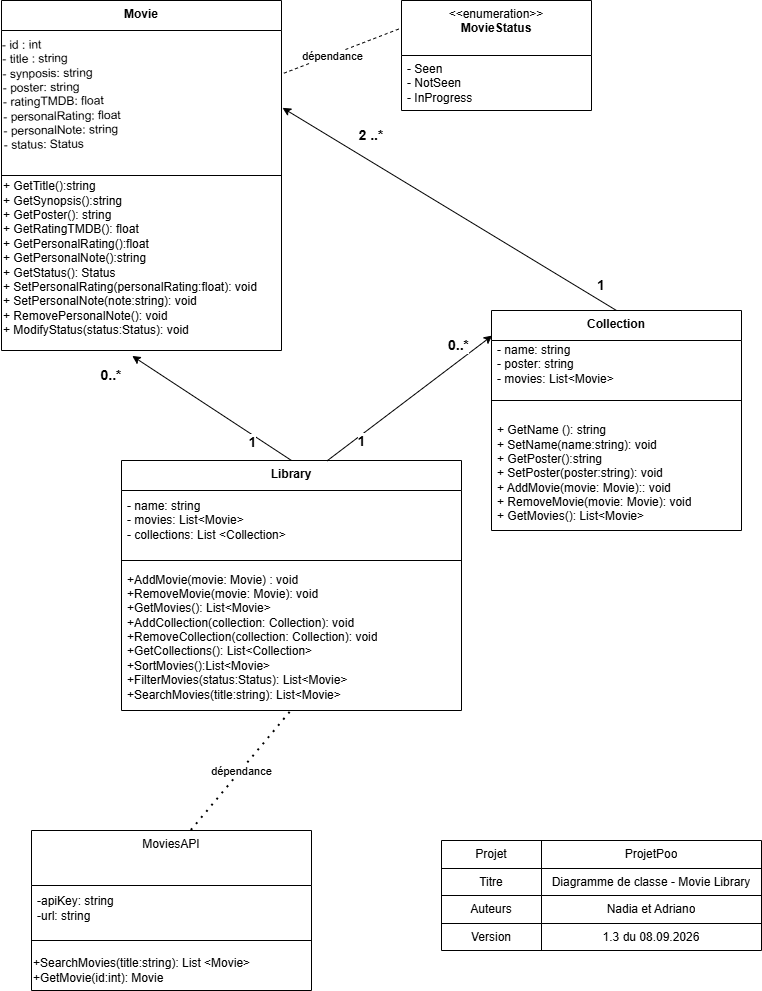
Earlier version of the draw.io export docs/Diagramme de classes - Movie Library.png (Malanoc/ProjetPOO---Adriano-Nadia-et-Marc). Source tidied: cells renumbered, new cells last; positions are measured from the earlier drawing's top-left corner, leaving out a move shared by most shapes. The source it was exported from:
```xml
<mxGraphModel>
  <root>
    <mxCell id="0" />
    <mxCell id="1" parent="0" />
    <mxCell id="2" value="&lt;b&gt;Collection&lt;/b&gt;" style="swimlane;fontStyle=0;align=center;verticalAlign=top;horizontal=1;startSize=30;html=1;whiteSpace=wrap;" parent="1" vertex="1">
      <mxGeometry x="490" y="310" width="250" height="220" as="geometry" />
    </mxCell>
    <mxCell id="3" value="- name: string&lt;div&gt;- poster: string&lt;br&gt;&lt;div&gt;- movies: List&amp;lt;Movie&amp;gt;&lt;/div&gt;&lt;/div&gt;" style="text;html=1;strokeColor=none;fillColor=none;align=left;verticalAlign=middle;spacingLeft=4;spacingRight=4;overflow=hidden;whiteSpace=wrap;" parent="2" vertex="1">
      <mxGeometry y="30" width="250" height="45" as="geometry" />
    </mxCell>
    <mxCell id="4" style="line;strokeWidth=1;fillColor=none;align=left;verticalAlign=middle;spacingTop=-1;spacingLeft=3;spacingRight=3;labelPosition=right;" parent="2" vertex="1">
      <mxGeometry y="75" width="250" height="30" as="geometry" />
    </mxCell>
    <mxCell id="5" value="&lt;div&gt;&lt;div&gt;&lt;span style=&quot;background-color: transparent; color: light-dark(rgb(0, 0, 0), rgb(255, 255, 255));&quot;&gt;+ GetName (): string&lt;/span&gt;&lt;/div&gt;&lt;div&gt;+ SetName(name:string): void&lt;/div&gt;&lt;div&gt;+ GetPoster():string&lt;/div&gt;&lt;/div&gt;&lt;div&gt;+ SetPoster(poster:string): void&lt;/div&gt;+ AddMovie(movie: Movie):: void&lt;div&gt;+ RemoveMovie(&lt;span style=&quot;background-color: transparent; color: light-dark(rgb(0, 0, 0), rgb(255, 255, 255));&quot;&gt;movie: Movie&lt;/span&gt;&lt;span style=&quot;background-color: transparent; color: light-dark(rgb(0, 0, 0), rgb(255, 255, 255));&quot;&gt;)&lt;/span&gt;&lt;span style=&quot;background-color: transparent; color: light-dark(rgb(0, 0, 0), rgb(255, 255, 255));&quot;&gt;: void&lt;/span&gt;&lt;/div&gt;&lt;div&gt;&lt;span style=&quot;background-color: transparent; color: light-dark(rgb(0, 0, 0), rgb(255, 255, 255));&quot;&gt;+ GetMovies(): List&amp;lt;Movie&amp;gt;&lt;/span&gt;&lt;/div&gt;" style="text;html=1;strokeColor=none;fillColor=none;align=left;verticalAlign=middle;spacingLeft=4;spacingRight=4;overflow=hidden;whiteSpace=wrap;" parent="2" vertex="1">
      <mxGeometry y="105" width="250" height="115" as="geometry" />
    </mxCell>
    <mxCell id="6" value="&lt;b&gt;Movie&lt;/b&gt;" style="swimlane;fontStyle=0;align=center;verticalAlign=top;horizontal=1;startSize=30;html=1;whiteSpace=wrap;" parent="1" vertex="1">
      <mxGeometry width="280" height="350" as="geometry" />
    </mxCell>
    <mxCell id="7" value="&lt;div style=&quot;&quot;&gt;&lt;span style=&quot;background-color: transparent; color: light-dark(rgb(0, 0, 0), rgb(255, 255, 255));&quot;&gt;- id : int&lt;/span&gt;&lt;/div&gt;&lt;div style=&quot;&quot;&gt;- title : string&lt;/div&gt;&lt;div style=&quot;&quot;&gt;- synposis: string&lt;/div&gt;&lt;div style=&quot;&quot;&gt;- poster: string&lt;/div&gt;&lt;div style=&quot;&quot;&gt;- ratingTMDB: float&lt;/div&gt;&lt;div style=&quot;&quot;&gt;- personalRating: float&lt;/div&gt;&lt;div style=&quot;&quot;&gt;- personalNote: string&lt;/div&gt;&lt;div style=&quot;&quot;&gt;- status: Status&lt;/div&gt;&lt;div style=&quot;&quot;&gt;&lt;br&gt;&lt;/div&gt;" style="text;html=1;whiteSpace=wrap;strokeColor=none;fillColor=none;align=left;verticalAlign=middle;rounded=0;rotation=-1;" parent="6" vertex="1">
      <mxGeometry y="30" width="280" height="140" as="geometry" />
    </mxCell>
    <mxCell id="8" style="line;strokeWidth=1;fillColor=none;align=left;verticalAlign=middle;spacingTop=-1;spacingLeft=3;spacingRight=3;labelPosition=right;" parent="6" vertex="1">
      <mxGeometry y="170" width="280" height="10" as="geometry" />
    </mxCell>
    <mxCell id="9" value="&lt;div&gt;&lt;span style=&quot;background-color: transparent; color: light-dark(rgb(0, 0, 0), rgb(255, 255, 255));&quot;&gt;+ GetTitle():string&lt;/span&gt;&lt;/div&gt;&lt;div&gt;+ GetSynopsis():string&lt;/div&gt;&lt;div&gt;+ GetPoster(): string&lt;/div&gt;&lt;div&gt;+ GetRatingTMDB(): float&lt;/div&gt;&lt;div&gt;+ GetPersonalRating():float&lt;/div&gt;&lt;div&gt;+ GetPersonalNote():string&lt;/div&gt;&lt;div&gt;+ GetStatus(): Status&lt;/div&gt;&lt;div&gt;+ SetPersonalRating(personalRating:float): void&lt;/div&gt;&lt;div&gt;+ SetPersonalNote(note:string): void&lt;/div&gt;&lt;div&gt;+ RemovePersonalNote(): void&lt;/div&gt;&lt;div&gt;+ ModifyStatus(status:Status): void&lt;div&gt;&lt;br&gt;&lt;/div&gt;&lt;/div&gt;" style="text;html=1;whiteSpace=wrap;strokeColor=none;fillColor=none;align=left;verticalAlign=middle;rounded=0;" parent="6" vertex="1">
      <mxGeometry y="180" width="280" height="170" as="geometry" />
    </mxCell>
    <mxCell id="10" value="&lt;b&gt;Library&lt;/b&gt;" style="swimlane;fontStyle=0;align=center;verticalAlign=top;horizontal=1;startSize=30;html=1;whiteSpace=wrap;" parent="1" vertex="1">
      <mxGeometry x="120" y="460" width="340" height="250" as="geometry" />
    </mxCell>
    <mxCell id="11" value="- name: string&lt;div&gt;- movies: List&amp;lt;Movie&amp;gt;&lt;/div&gt;&lt;div&gt;- collections: List &amp;lt;Collection&amp;gt;&lt;/div&gt;" style="text;html=1;strokeColor=none;fillColor=none;align=left;verticalAlign=middle;spacingLeft=4;spacingRight=4;overflow=hidden;whiteSpace=wrap;" parent="10" vertex="1">
      <mxGeometry y="30" width="340" height="60" as="geometry" />
    </mxCell>
    <mxCell id="12" style="line;strokeWidth=1;fillColor=none;align=left;verticalAlign=middle;spacingTop=-1;spacingLeft=3;spacingRight=3;labelPosition=right;" parent="10" vertex="1">
      <mxGeometry y="90" width="340" height="20" as="geometry" />
    </mxCell>
    <mxCell id="13" value="+AddMovie(movie: Movie) : void&lt;div&gt;+RemoveMovie(&lt;span style=&quot;background-color: transparent; color: light-dark(rgb(0, 0, 0), rgb(255, 255, 255));&quot;&gt;movie: Movie&lt;/span&gt;&lt;span style=&quot;background-color: transparent; color: light-dark(rgb(0, 0, 0), rgb(255, 255, 255));&quot;&gt;)&lt;/span&gt;&lt;span style=&quot;background-color: transparent; color: light-dark(rgb(0, 0, 0), rgb(255, 255, 255));&quot;&gt;: void&lt;/span&gt;&lt;/div&gt;&lt;div&gt;+GetMovies(): List&amp;lt;Movie&amp;gt;&lt;span style=&quot;background-color: transparent; color: light-dark(rgb(0, 0, 0), rgb(255, 255, 255));&quot;&gt;&lt;/span&gt;&lt;/div&gt;&lt;div&gt;+AddCollection(collection: Collection): void&lt;/div&gt;&lt;div&gt;&lt;div&gt;+RemoveCollection(collection: Collection): void&lt;/div&gt;&lt;div&gt;+GetCollections(): List&amp;lt;Collection&amp;gt;&lt;/div&gt;&lt;/div&gt;&lt;div&gt;+SortMovies():&lt;span style=&quot;color: light-dark(rgb(0, 0, 0), rgb(255, 255, 255)); background-color: transparent;&quot;&gt;List&amp;lt;Movie&amp;gt;&lt;/span&gt;&lt;/div&gt;&lt;div&gt;&lt;div&gt;+FilterMovies(status:Status): List&amp;lt;Movie&amp;gt;&lt;/div&gt;&lt;div&gt;+SearchMovies(title:string): List&amp;lt;Movie&amp;gt;&lt;/div&gt;&lt;div&gt;&lt;br&gt;&lt;/div&gt;&lt;div&gt;&lt;br&gt;&lt;/div&gt;&lt;/div&gt;&lt;div&gt;&lt;br&gt;&lt;/div&gt;" style="text;html=1;strokeColor=none;fillColor=none;align=left;verticalAlign=middle;spacingLeft=4;spacingRight=4;overflow=hidden;points=[[0,0.5],[1,0.5]];portConstraint=eastwest;whiteSpace=wrap;" parent="10" vertex="1">
      <mxGeometry y="110" width="340" height="140" as="geometry" />
    </mxCell>
    <mxCell id="14" value="&amp;lt;&amp;lt;enumeration&amp;gt;&amp;gt;&lt;br&gt;&lt;b&gt;MovieStatus&lt;/b&gt;" style="swimlane;fontStyle=0;align=center;verticalAlign=top;horizontal=1;startSize=55;html=1;whiteSpace=wrap;" parent="1" vertex="1">
      <mxGeometry x="400" width="190" height="110" as="geometry" />
    </mxCell>
    <mxCell id="15" value="- Seen&lt;div&gt;- NotSeen&lt;/div&gt;&lt;div&gt;- InProgress&lt;/div&gt;" style="text;html=1;strokeColor=none;fillColor=none;align=left;verticalAlign=middle;spacingLeft=4;spacingRight=4;overflow=hidden;whiteSpace=wrap;" parent="14" vertex="1">
      <mxGeometry y="55" width="190" height="55" as="geometry" />
    </mxCell>
    <mxCell id="16" style="shape=table;html=1;whiteSpace=wrap;startSize=0;" parent="1" vertex="1">
      <mxGeometry x="440" y="840" width="320" height="110" as="geometry" />
    </mxCell>
    <mxCell id="17" style="shape=partialRectangle;html=1;whiteSpace=wrap;fillColor=none;top=0;left=0;bottom=0;right=0;" parent="16" vertex="1">
      <mxGeometry width="320" height="28" as="geometry" />
    </mxCell>
    <mxCell id="18" value="Projet" style="shape=partialRectangle;html=1;whiteSpace=wrap;overflow=hidden;fillColor=none;top=0;left=0;bottom=0;right=0;" parent="17" vertex="1">
      <mxGeometry width="100" height="28" as="geometry" />
    </mxCell>
    <mxCell id="19" value="ProjetPoo" style="shape=partialRectangle;html=1;whiteSpace=wrap;overflow=hidden;fillColor=none;top=0;left=0;bottom=0;right=0;" parent="17" vertex="1">
      <mxGeometry x="100" width="220" height="28" as="geometry" />
    </mxCell>
    <mxCell id="20" style="shape=partialRectangle;html=1;whiteSpace=wrap;fillColor=none;top=0;left=0;bottom=0;right=0;" parent="16" vertex="1">
      <mxGeometry y="28" width="320" height="27" as="geometry" />
    </mxCell>
    <mxCell id="21" value="Titre" style="shape=partialRectangle;html=1;whiteSpace=wrap;overflow=hidden;fillColor=none;top=0;left=0;bottom=0;right=0;" parent="20" vertex="1">
      <mxGeometry width="100" height="27" as="geometry" />
    </mxCell>
    <mxCell id="22" value="Diagramme de classe - Movie Library" style="shape=partialRectangle;html=1;whiteSpace=wrap;overflow=hidden;fillColor=none;top=0;left=0;bottom=0;right=0;" parent="20" vertex="1">
      <mxGeometry x="100" width="220" height="27" as="geometry" />
    </mxCell>
    <mxCell id="23" style="shape=partialRectangle;html=1;whiteSpace=wrap;fillColor=none;top=0;left=0;bottom=0;right=0;" parent="16" vertex="1">
      <mxGeometry y="55" width="320" height="28" as="geometry" />
    </mxCell>
    <mxCell id="24" value="Auteurs" style="shape=partialRectangle;html=1;whiteSpace=wrap;overflow=hidden;fillColor=none;top=0;left=0;bottom=0;right=0;" parent="23" vertex="1">
      <mxGeometry width="100" height="28" as="geometry" />
    </mxCell>
    <mxCell id="25" value="Nadia et Adriano" style="shape=partialRectangle;html=1;whiteSpace=wrap;overflow=hidden;fillColor=none;top=0;left=0;bottom=0;right=0;" parent="23" vertex="1">
      <mxGeometry x="100" width="220" height="28" as="geometry" />
    </mxCell>
    <mxCell id="26" style="shape=partialRectangle;html=1;whiteSpace=wrap;fillColor=none;top=0;left=0;bottom=0;right=0;" parent="16" vertex="1">
      <mxGeometry y="83" width="320" height="27" as="geometry" />
    </mxCell>
    <mxCell id="27" value="Version" style="shape=partialRectangle;html=1;whiteSpace=wrap;overflow=hidden;fillColor=none;top=0;left=0;bottom=0;right=0;" parent="26" vertex="1">
      <mxGeometry width="100" height="27" as="geometry" />
    </mxCell>
    <mxCell id="28" value="1.3 du 08.09.2026" style="shape=partialRectangle;html=1;whiteSpace=wrap;overflow=hidden;fillColor=none;top=0;left=0;bottom=0;right=0;" parent="26" vertex="1">
      <mxGeometry x="100" width="220" height="27" as="geometry" />
    </mxCell>
    <mxCell id="29" value="MoviesAPI" style="swimlane;fontStyle=0;align=center;verticalAlign=top;horizontal=1;startSize=55;html=1;whiteSpace=wrap;" parent="1" vertex="1">
      <mxGeometry x="30" y="830" width="280" height="160" as="geometry" />
    </mxCell>
    <mxCell id="30" value="-apiKey: string&lt;div&gt;-url: string&lt;/div&gt;" style="text;html=1;strokeColor=none;fillColor=none;align=left;verticalAlign=middle;spacingLeft=4;spacingRight=4;overflow=hidden;whiteSpace=wrap;" parent="29" vertex="1">
      <mxGeometry y="55" width="280" height="45" as="geometry" />
    </mxCell>
    <mxCell id="31" style="line;strokeWidth=1;fillColor=none;align=left;verticalAlign=middle;spacingTop=-1;spacingLeft=3;spacingRight=3;labelPosition=right;" parent="29" vertex="1">
      <mxGeometry y="100" width="280" height="20" as="geometry" />
    </mxCell>
    <mxCell id="32" value="+SearchMovies(title:string): List &amp;lt;Movie&amp;gt;&lt;div&gt;+GetMovie(id:int): Movie&lt;/div&gt;" style="text;html=1;whiteSpace=wrap;strokeColor=none;fillColor=none;align=left;verticalAlign=middle;rounded=0;" parent="29" vertex="1">
      <mxGeometry y="120" width="280" height="40" as="geometry" />
    </mxCell>
    <mxCell id="33" value="&lt;b&gt;&lt;font style=&quot;font-size: 14px;&quot;&gt;2 ..*&lt;/font&gt;&lt;/b&gt;" style="text;html=1;whiteSpace=wrap;strokeColor=none;fillColor=none;align=center;verticalAlign=middle;rounded=0;" parent="1" vertex="1">
      <mxGeometry x="340" y="120" width="60" height="30" as="geometry" />
    </mxCell>
    <mxCell id="34" style="endArrow=classic;html=1;rounded=0;exitX=0.5;exitY=0;exitDx=0;exitDy=0;entryX=0.467;entryY=1.032;entryDx=0;entryDy=0;entryPerimeter=0;" parent="1" edge="1" source="10" target="9">
      <mxGeometry relative="1" as="geometry" />
    </mxCell>
    <mxCell id="35" value="&lt;b&gt;&lt;font style=&quot;font-size: 14px;&quot;&gt;1&lt;/font&gt;&lt;/b&gt;" style="edgeLabel;html=1;align=center;verticalAlign=middle;" parent="34" vertex="1">
      <mxGeometry x="-0.21" y="-1" relative="1" as="geometry">
        <mxPoint x="23" y="24" as="offset" />
      </mxGeometry>
    </mxCell>
    <mxCell id="36" value="&lt;b&gt;&lt;font style=&quot;font-size: 14px;&quot;&gt;0..*&lt;/font&gt;&lt;/b&gt;" style="text;html=1;whiteSpace=wrap;strokeColor=none;fillColor=none;align=center;verticalAlign=middle;rounded=0;" parent="1" vertex="1">
      <mxGeometry x="80" y="360" width="60" height="30" as="geometry" />
    </mxCell>
    <mxCell id="37" style="endArrow=none;dashed=1;html=1;dashPattern=1 3;strokeWidth=2;rounded=0;exitX=0.571;exitY=0;exitDx=0;exitDy=0;exitPerimeter=0;entryX=0.504;entryY=0.99;entryDx=0;entryDy=0;entryPerimeter=0;" parent="1" edge="1" source="29" target="13">
      <mxGeometry relative="1" as="geometry" />
    </mxCell>
    <mxCell id="38" value="dépendance" style="edgeLabel;html=1;align=center;verticalAlign=middle;" parent="37" vertex="1">
      <mxGeometry x="-0.01" relative="1" as="geometry" />
    </mxCell>
    <mxCell id="39" style="endArrow=classic;html=1;rounded=0;entryX=1.003;entryY=0.57;entryDx=0;entryDy=0;entryPerimeter=0;exitX=0.5;exitY=0;exitDx=0;exitDy=0;" parent="1" edge="1" source="2" target="7">
      <mxGeometry relative="1" as="geometry" />
    </mxCell>
    <mxCell id="40" value="&lt;b&gt;&lt;font style=&quot;font-size: 14px;&quot;&gt;1&lt;/font&gt;&lt;/b&gt;" style="text;html=1;whiteSpace=wrap;strokeColor=none;fillColor=none;align=center;verticalAlign=middle;rounded=0;" parent="1" vertex="1">
      <mxGeometry x="570" y="270" width="60" height="30" as="geometry" />
    </mxCell>
    <mxCell id="41" style="endArrow=classic;html=1;rounded=0;exitX=0.604;exitY=0.002;exitDx=0;exitDy=0;exitPerimeter=0;entryX=0.003;entryY=0.114;entryDx=0;entryDy=0;entryPerimeter=0;" parent="1" edge="1" source="10" target="2">
      <mxGeometry relative="1" as="geometry" />
    </mxCell>
    <mxCell id="42" value="&lt;b&gt;&lt;font style=&quot;font-size: 14px;&quot;&gt;1&lt;/font&gt;&lt;/b&gt;" style="edgeLabel;html=1;align=center;verticalAlign=middle;" parent="1" vertex="1">
      <mxGeometry x="360" y="430" as="geometry">
        <mxPoint x="-1" y="10" as="offset" />
      </mxGeometry>
    </mxCell>
    <mxCell id="43" value="&lt;b&gt;&lt;font style=&quot;font-size: 14px;&quot;&gt;0..*&lt;/font&gt;&lt;/b&gt;" style="edgeLabel;html=1;align=center;verticalAlign=middle;" parent="1" vertex="1">
      <mxGeometry x="460" y="340" as="geometry">
        <mxPoint x="-4" y="4" as="offset" />
      </mxGeometry>
    </mxCell>
    <mxCell id="44" style="endArrow=none;dashed=1;html=1;rounded=0;exitX=1.01;exitY=0.323;exitDx=0;exitDy=0;exitPerimeter=0;entryX=0;entryY=0.25;entryDx=0;entryDy=0;" parent="1" edge="1" source="7" target="14">
      <mxGeometry relative="1" as="geometry" />
    </mxCell>
    <mxCell id="45" value="dépendance" style="edgeLabel;html=1;align=center;verticalAlign=middle;" parent="1" vertex="1">
      <mxGeometry x="330" y="55" as="geometry" />
    </mxCell>
  </root>
</mxGraphModel>
```
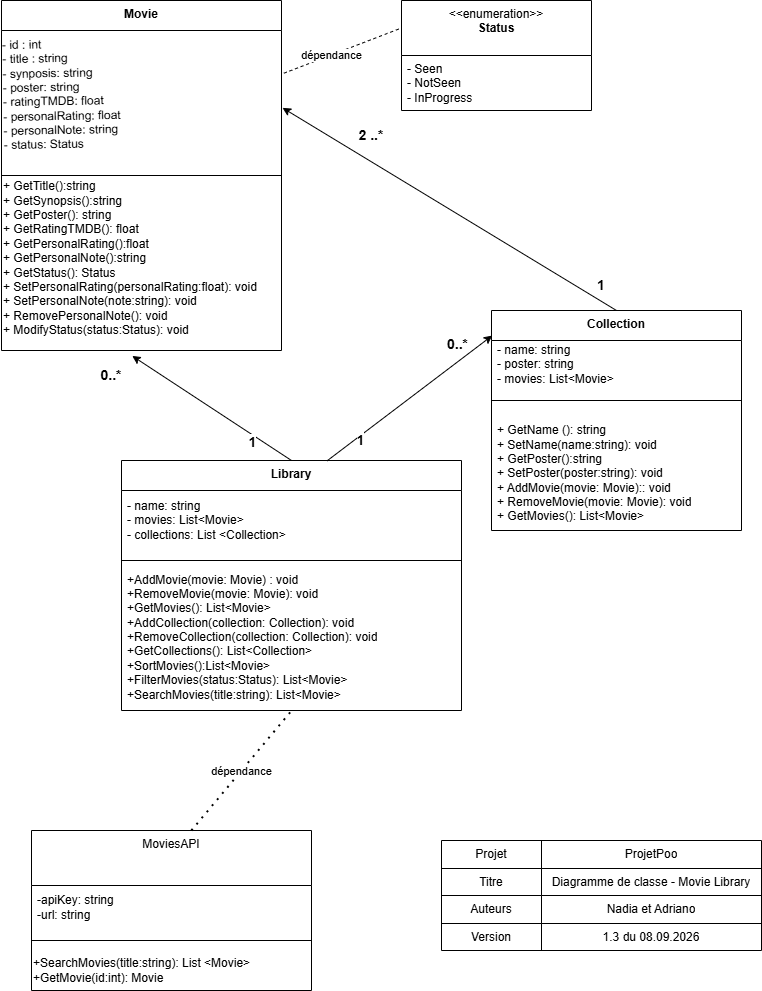
Above is the later version.

Commit message:
Diagramme de classes

Change to the diagram source:
```diff
@@ -38,7 +38,7 @@
     <mxCell id="13" value="+AddMovie(movie: Movie) : void&lt;div&gt;+RemoveMovie(&lt;span style=&quot;background-color: transparent; color: light-dark(rgb(0, 0, 0), rgb(255, 255, 255));&quot;&gt;movie: Movie&lt;/span&gt;&lt;span style=&quot;background-color: transparent; color: light-dark(rgb(0, 0, 0), rgb(255, 255, 255));&quot;&gt;)&lt;/span&gt;&lt;span style=&quot;background-color: transparent; color: light-dark(rgb(0, 0, 0), rgb(255, 255, 255));&quot;&gt;: void&lt;/span&gt;&lt;/div&gt;&lt;div&gt;+GetMovies(): List&amp;lt;Movie&amp;gt;&lt;span style=&quot;background-color: transparent; color: light-dark(rgb(0, 0, 0), rgb(255, 255, 255));&quot;&gt;&lt;/span&gt;&lt;/div&gt;&lt;div&gt;+AddCollection(collection: Collection): void&lt;/div&gt;&lt;div&gt;&lt;div&gt;+RemoveCollection(collection: Collection): void&lt;/div&gt;&lt;div&gt;+GetCollections(): List&amp;lt;Collection&amp;gt;&lt;/div&gt;&lt;/div&gt;&lt;div&gt;+SortMovies():&lt;span style=&quot;color: light-dark(rgb(0, 0, 0), rgb(255, 255, 255)); background-color: transparent;&quot;&gt;List&amp;lt;Movie&amp;gt;&lt;/span&gt;&lt;/div&gt;&lt;div&gt;&lt;div&gt;+FilterMovies(status:Status): List&amp;lt;Movie&amp;gt;&lt;/div&gt;&lt;div&gt;+SearchMovies(title:string): List&amp;lt;Movie&amp;gt;&lt;/div&gt;&lt;div&gt;&lt;br&gt;&lt;/div&gt;&lt;div&gt;&lt;br&gt;&lt;/div&gt;&lt;/div&gt;&lt;div&gt;&lt;br&gt;&lt;/div&gt;" style="text;html=1;strokeColor=none;fillColor=none;align=left;verticalAlign=middle;spacingLeft=4;spacingRight=4;overflow=hidden;points=[[0,0.5],[1,0.5]];portConstraint=eastwest;whiteSpace=wrap;" parent="10" vertex="1">
       <mxGeometry y="110" width="340" height="140" as="geometry" />
     </mxCell>
-    <mxCell id="14" value="&amp;lt;&amp;lt;enumeration&amp;gt;&amp;gt;&lt;br&gt;&lt;b&gt;MovieStatus&lt;/b&gt;" style="swimlane;fontStyle=0;align=center;verticalAlign=top;horizontal=1;startSize=55;html=1;whiteSpace=wrap;" parent="1" vertex="1">
+    <mxCell id="14" value="&amp;lt;&amp;lt;enumeration&amp;gt;&amp;gt;&lt;br&gt;&lt;b&gt;Status&lt;/b&gt;" style="swimlane;fontStyle=0;align=center;verticalAlign=top;horizontal=1;startSize=55;html=1;whiteSpace=wrap;" parent="1" vertex="1">
       <mxGeometry x="400" width="190" height="110" as="geometry" />
     </mxCell>
     <mxCell id="15" value="- Seen&lt;div&gt;- NotSeen&lt;/div&gt;&lt;div&gt;- InProgress&lt;/div&gt;" style="text;html=1;strokeColor=none;fillColor=none;align=left;verticalAlign=middle;spacingLeft=4;spacingRight=4;overflow=hidden;whiteSpace=wrap;" parent="14" vertex="1">
```
